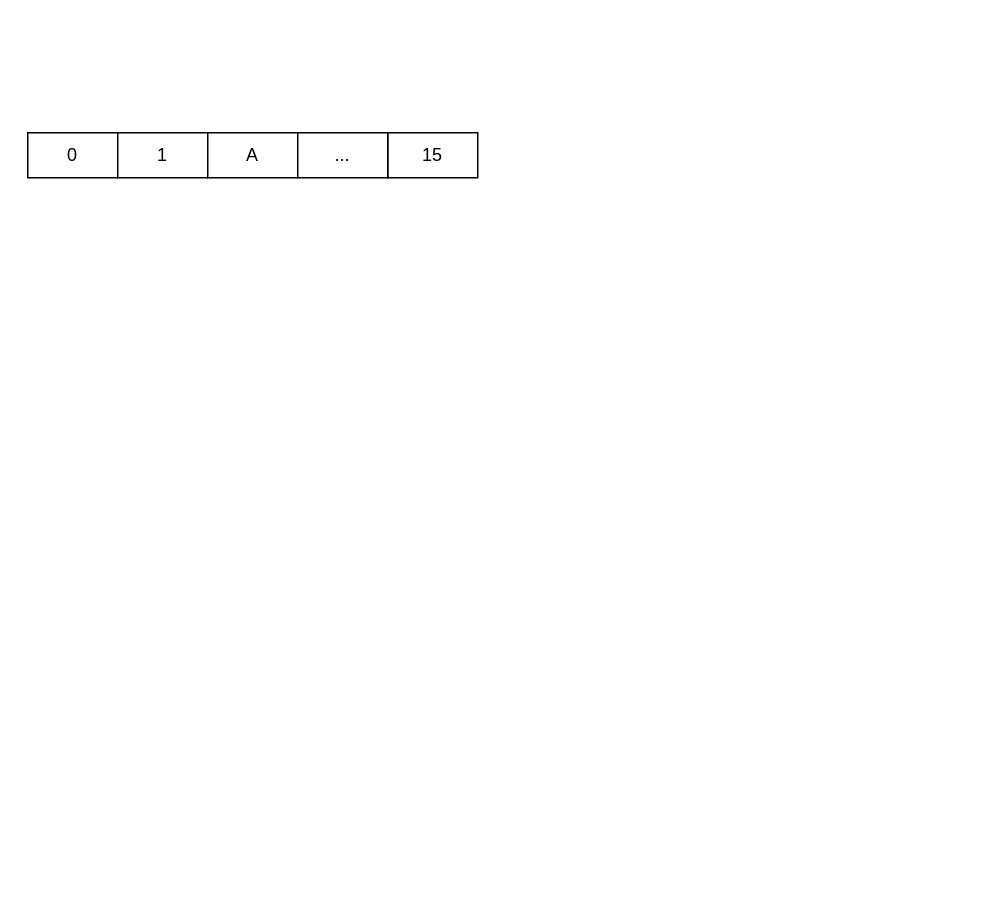
Earlier version of the draw.io diagram HashMap头插法导致并发扩容后的死链问题.drawio (lyflexi/draw.io-online). Source tidied: cells renumbered, new cells numbered last; positions are measured from the earlier drawing's top-left corner, leaving out a move shared by most shapes. Both pictures are drawn from the tidied source at 150%, with x=0, y=0 at pixel (27, 132).
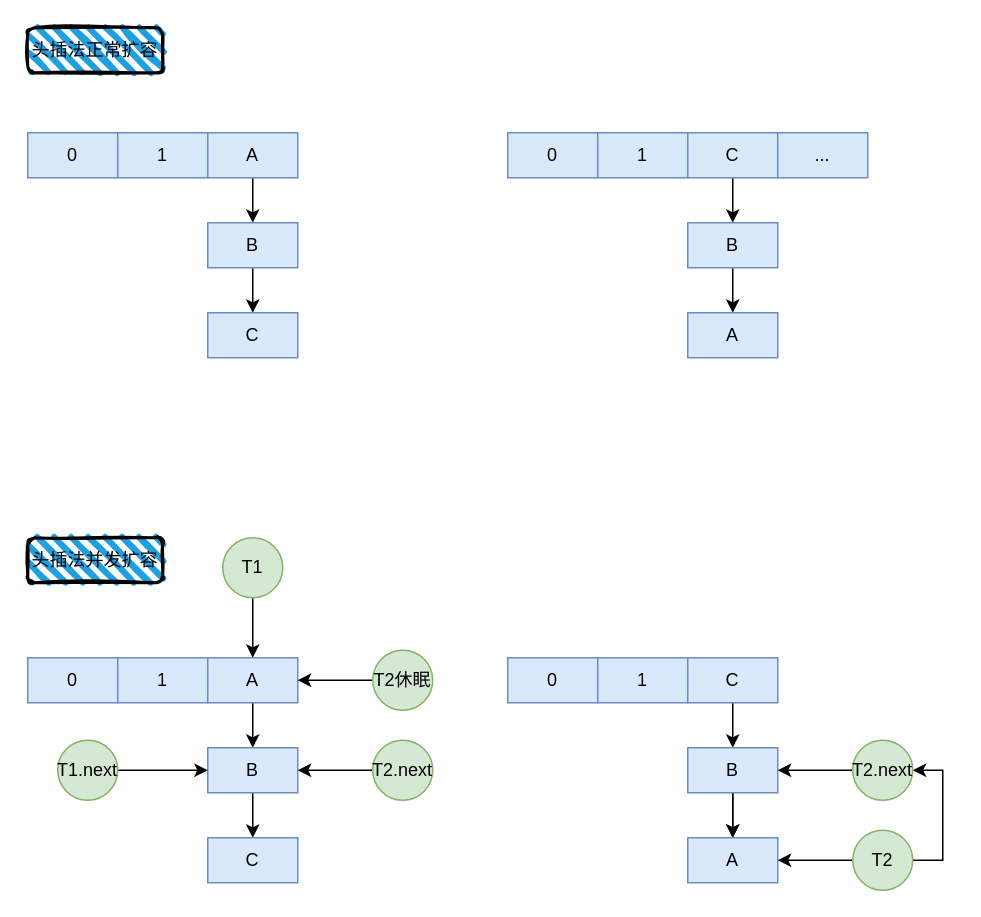
After the change.

Commit message (it also covers changes not shown here):
更新HashMap头插法导致并发扩容后的死链问题.drawio

The edit, as a diff of the source:
```diff
@@
-    <mxCell id="2" value="0" style="rounded=0;whiteSpace=wrap;html=1;" parent="1" vertex="1">
+    <mxCell id="2" value="0" style="rounded=0;whiteSpace=wrap;html=1;fillColor=#dae8fc;strokeColor=#6c8ebf;" parent="1" vertex="1">
       <mxGeometry width="60" height="30" as="geometry" />
     </mxCell>
-    <mxCell id="3" value="1" style="rounded=0;whiteSpace=wrap;html=1;" parent="1" vertex="1">
+    <mxCell id="3" value="1" style="rounded=0;whiteSpace=wrap;html=1;fillColor=#dae8fc;strokeColor=#6c8ebf;" parent="1" vertex="1">
       <mxGeometry x="60" width="60" height="30" as="geometry" />
     </mxCell>
+    <mxCell id="7" style="edgeStyle=orthogonalEdgeStyle;rounded=0;jettySize=auto;html=1;exitX=0.5;exitY=1;exitDx=0;exitDy=0;entryX=0.5;entryY=0;entryDx=0;entryDy=0;" parent="1" edge="1" source="4" target="9">
+      <mxGeometry relative="1" as="geometry" />
+    </mxCell>
-    <mxCell id="4" value="A" style="rounded=0;whiteSpace=wrap;html=1;" parent="1" vertex="1">
+    <mxCell id="4" value="A" style="rounded=0;whiteSpace=wrap;html=1;fillColor=#dae8fc;strokeColor=#6c8ebf;" parent="1" vertex="1">
       <mxGeometry x="120" width="60" height="30" as="geometry" />
     </mxCell>
-    <mxCell id="5" value="15" style="rounded=0;whiteSpace=wrap;html=1;" parent="1" vertex="1">
-      <mxGeometry x="240" width="60" height="30" as="geometry" />
-    </mxCell>
+    <mxCell id="8" style="edgeStyle=orthogonalEdgeStyle;rounded=0;jettySize=auto;html=1;exitX=0.5;exitY=1;exitDx=0;exitDy=0;entryX=0.5;entryY=0;entryDx=0;entryDy=0;" parent="1" edge="1" source="9" target="10">
+      <mxGeometry relative="1" as="geometry" />
+    </mxCell>
+    <mxCell id="9" value="B" style="rounded=0;whiteSpace=wrap;html=1;fillColor=#dae8fc;strokeColor=#6c8ebf;" parent="1" vertex="1">
+      <mxGeometry x="120" y="60" width="60" height="30" as="geometry" />
+    </mxCell>
+    <mxCell id="10" value="C" style="rounded=0;whiteSpace=wrap;html=1;fillColor=#dae8fc;strokeColor=#6c8ebf;" parent="1" vertex="1">
+      <mxGeometry x="120" y="120" width="60" height="30" as="geometry" />
+    </mxCell>
+    <mxCell id="11" value="0" style="rounded=0;whiteSpace=wrap;html=1;fillColor=#dae8fc;strokeColor=#6c8ebf;" parent="1" vertex="1">
+      <mxGeometry x="320" width="60" height="30" as="geometry" />
+    </mxCell>
+    <mxCell id="12" value="1" style="rounded=0;whiteSpace=wrap;html=1;fillColor=#dae8fc;strokeColor=#6c8ebf;" parent="1" vertex="1">
+      <mxGeometry x="380" width="60" height="30" as="geometry" />
+    </mxCell>
+    <mxCell id="13" style="edgeStyle=orthogonalEdgeStyle;rounded=0;jettySize=auto;html=1;exitX=0.5;exitY=1;exitDx=0;exitDy=0;entryX=0.5;entryY=0;entryDx=0;entryDy=0;" parent="1" edge="1" source="14" target="16">
+      <mxGeometry relative="1" as="geometry" />
+    </mxCell>
+    <mxCell id="14" value="C" style="rounded=0;whiteSpace=wrap;html=1;fillColor=#dae8fc;strokeColor=#6c8ebf;" parent="1" vertex="1">
+      <mxGeometry x="440" width="60" height="30" as="geometry" />
+    </mxCell>
-    <mxCell id="6" value="..." style="rounded=0;whiteSpace=wrap;html=1;" parent="1" vertex="1">
-      <mxGeometry x="180" width="60" height="30" as="geometry" />
+    <mxCell id="6" value="..." style="rounded=0;whiteSpace=wrap;html=1;fillColor=#dae8fc;strokeColor=#6c8ebf;" parent="1" vertex="1">
+      <mxGeometry x="500" width="60" height="30" as="geometry" />
     </mxCell>
+    <mxCell id="15" style="edgeStyle=orthogonalEdgeStyle;rounded=0;jettySize=auto;html=1;exitX=0.5;exitY=1;exitDx=0;exitDy=0;entryX=0.5;entryY=0;entryDx=0;entryDy=0;" parent="1" edge="1" source="16" target="17">
+      <mxGeometry relative="1" as="geometry" />
+    </mxCell>
+    <mxCell id="16" value="B" style="rounded=0;whiteSpace=wrap;html=1;fillColor=#dae8fc;strokeColor=#6c8ebf;" parent="1" vertex="1">
+      <mxGeometry x="440" y="60" width="60" height="30" as="geometry" />
+    </mxCell>
+    <mxCell id="17" value="A" style="rounded=0;whiteSpace=wrap;html=1;fillColor=#dae8fc;strokeColor=#6c8ebf;" parent="1" vertex="1">
+      <mxGeometry x="440" y="120" width="60" height="30" as="geometry" />
+    </mxCell>
+    <mxCell id="18" value="头插法正常扩容" style="rounded=1;whiteSpace=wrap;html=1;strokeWidth=2;fillWeight=4;hachureGap=8;hachureAngle=45;fillColor=#1ba1e2;sketch=1;" parent="1" vertex="1">
+      <mxGeometry y="-70" width="90" height="30" as="geometry" />
+    </mxCell>
+    <mxCell id="19" value="头插法并发扩容" style="rounded=1;whiteSpace=wrap;html=1;strokeWidth=2;fillWeight=4;hachureGap=8;hachureAngle=45;fillColor=#1ba1e2;sketch=1;" parent="1" vertex="1">
+      <mxGeometry y="270" width="90" height="30" as="geometry" />
+    </mxCell>
+    <mxCell id="20" value="0" style="rounded=0;whiteSpace=wrap;html=1;fillColor=#dae8fc;strokeColor=#6c8ebf;" parent="1" vertex="1">
+      <mxGeometry y="350" width="60" height="30" as="geometry" />
+    </mxCell>
+    <mxCell id="21" value="1" style="rounded=0;whiteSpace=wrap;html=1;fillColor=#dae8fc;strokeColor=#6c8ebf;" parent="1" vertex="1">
+      <mxGeometry x="60" y="350" width="60" height="30" as="geometry" />
+    </mxCell>
+    <mxCell id="22" style="edgeStyle=orthogonalEdgeStyle;rounded=0;jettySize=auto;html=1;exitX=0.5;exitY=1;exitDx=0;exitDy=0;entryX=0.5;entryY=0;entryDx=0;entryDy=0;" parent="1" edge="1" source="23" target="25">
+      <mxGeometry relative="1" as="geometry" />
+    </mxCell>
+    <mxCell id="23" value="A" style="rounded=0;whiteSpace=wrap;html=1;fillColor=#dae8fc;strokeColor=#6c8ebf;" parent="1" vertex="1">
+      <mxGeometry x="120" y="350" width="60" height="30" as="geometry" />
+    </mxCell>
+    <mxCell id="24" style="edgeStyle=orthogonalEdgeStyle;rounded=0;jettySize=auto;html=1;exitX=0.5;exitY=1;exitDx=0;exitDy=0;entryX=0.5;entryY=0;entryDx=0;entryDy=0;" parent="1" edge="1" source="25" target="26">
+      <mxGeometry relative="1" as="geometry" />
+    </mxCell>
+    <mxCell id="25" value="B" style="rounded=0;whiteSpace=wrap;html=1;fillColor=#dae8fc;strokeColor=#6c8ebf;" parent="1" vertex="1">
+      <mxGeometry x="120" y="410" width="60" height="30" as="geometry" />
+    </mxCell>
+    <mxCell id="26" value="C" style="rounded=0;whiteSpace=wrap;html=1;fillColor=#dae8fc;strokeColor=#6c8ebf;" parent="1" vertex="1">
+      <mxGeometry x="120" y="470" width="60" height="30" as="geometry" />
+    </mxCell>
+    <mxCell id="27" style="edgeStyle=orthogonalEdgeStyle;rounded=0;jettySize=auto;html=1;exitX=0;exitY=0.5;exitDx=0;exitDy=0;entryX=1;entryY=0.5;entryDx=0;entryDy=0;" parent="1" edge="1" source="28" target="23">
+      <mxGeometry relative="1" as="geometry" />
+    </mxCell>
+    <mxCell id="28" value="T2休眠" style="ellipse;whiteSpace=wrap;html=1;fillColor=#d5e8d4;strokeColor=#82b366;" parent="1" vertex="1">
+      <mxGeometry x="230" y="345" width="40" height="40" as="geometry" />
+    </mxCell>
+    <mxCell id="29" style="edgeStyle=orthogonalEdgeStyle;rounded=0;jettySize=auto;html=1;exitX=0.5;exitY=1;exitDx=0;exitDy=0;entryX=0.5;entryY=0;entryDx=0;entryDy=0;" parent="1" edge="1" source="30" target="23">
+      <mxGeometry relative="1" as="geometry" />
+    </mxCell>
+    <mxCell id="30" value="T1" style="ellipse;whiteSpace=wrap;html=1;fillColor=#d5e8d4;strokeColor=#82b366;" parent="1" vertex="1">
+      <mxGeometry x="130" y="270" width="40" height="40" as="geometry" />
+    </mxCell>
+    <mxCell id="31" style="edgeStyle=orthogonalEdgeStyle;rounded=0;jettySize=auto;html=1;exitX=1;exitY=0.5;exitDx=0;exitDy=0;entryX=0;entryY=0.5;entryDx=0;entryDy=0;" parent="1" edge="1" source="32" target="25">
+      <mxGeometry relative="1" as="geometry" />
+    </mxCell>
+    <mxCell id="32" value="T1.next" style="ellipse;whiteSpace=wrap;html=1;fillColor=#d5e8d4;strokeColor=#82b366;" parent="1" vertex="1">
+      <mxGeometry x="20" y="405" width="40" height="40" as="geometry" />
+    </mxCell>
+    <mxCell id="33" style="edgeStyle=orthogonalEdgeStyle;rounded=0;jettySize=auto;html=1;exitX=0;exitY=0.5;exitDx=0;exitDy=0;entryX=1;entryY=0.5;entryDx=0;entryDy=0;" parent="1" edge="1" source="34" target="25">
+      <mxGeometry relative="1" as="geometry" />
+    </mxCell>
+    <mxCell id="34" value="T2.next" style="ellipse;whiteSpace=wrap;html=1;fillColor=#d5e8d4;strokeColor=#82b366;" parent="1" vertex="1">
+      <mxGeometry x="230" y="405" width="40" height="40" as="geometry" />
+    </mxCell>
+    <mxCell id="35" value="0" style="rounded=0;whiteSpace=wrap;html=1;fillColor=#dae8fc;strokeColor=#6c8ebf;" parent="1" vertex="1">
+      <mxGeometry x="320" y="350" width="60" height="30" as="geometry" />
+    </mxCell>
+    <mxCell id="36" value="1" style="rounded=0;whiteSpace=wrap;html=1;fillColor=#dae8fc;strokeColor=#6c8ebf;" parent="1" vertex="1">
+      <mxGeometry x="380" y="350" width="60" height="30" as="geometry" />
+    </mxCell>
+    <mxCell id="37" style="edgeStyle=orthogonalEdgeStyle;rounded=0;jettySize=auto;html=1;exitX=0.5;exitY=1;exitDx=0;exitDy=0;entryX=0.5;entryY=0;entryDx=0;entryDy=0;" parent="1" edge="1" source="38" target="41">
+      <mxGeometry relative="1" as="geometry" />
+    </mxCell>
+    <mxCell id="38" value="C" style="rounded=0;whiteSpace=wrap;html=1;fillColor=#dae8fc;strokeColor=#6c8ebf;" parent="1" vertex="1">
+      <mxGeometry x="440" y="350" width="60" height="30" as="geometry" />
+    </mxCell>
+    <mxCell id="39" style="edgeStyle=orthogonalEdgeStyle;rounded=0;jettySize=auto;html=1;exitX=0.5;exitY=1;exitDx=0;exitDy=0;entryX=0.5;entryY=0;entryDx=0;entryDy=0;" parent="1" edge="1" source="41" target="42">
+      <mxGeometry relative="1" as="geometry" />
+    </mxCell>
+    <mxCell id="40" style="edgeStyle=orthogonalEdgeStyle;rounded=0;jettySize=auto;html=1;" parent="1" edge="1" source="41" target="42">
+      <mxGeometry relative="1" as="geometry" />
+    </mxCell>
+    <mxCell id="41" value="B" style="rounded=0;whiteSpace=wrap;html=1;fillColor=#dae8fc;strokeColor=#6c8ebf;" parent="1" vertex="1">
+      <mxGeometry x="440" y="410" width="60" height="30" as="geometry" />
+    </mxCell>
+    <mxCell id="42" value="A" style="rounded=0;whiteSpace=wrap;html=1;fillColor=#dae8fc;strokeColor=#6c8ebf;" parent="1" vertex="1">
+      <mxGeometry x="440" y="470" width="60" height="30" as="geometry" />
+    </mxCell>
+    <mxCell id="43" style="edgeStyle=orthogonalEdgeStyle;rounded=0;jettySize=auto;html=1;exitX=0;exitY=0.5;exitDx=0;exitDy=0;entryX=1;entryY=0.5;entryDx=0;entryDy=0;" parent="1" edge="1" source="45" target="42">
+      <mxGeometry relative="1" as="geometry" />
+    </mxCell>
+    <mxCell id="44" style="edgeStyle=orthogonalEdgeStyle;rounded=0;jettySize=auto;html=1;exitX=1;exitY=0.5;exitDx=0;exitDy=0;entryX=1;entryY=0.5;entryDx=0;entryDy=0;" parent="1" edge="1" source="45" target="47">
+      <mxGeometry relative="1" as="geometry" />
+    </mxCell>
+    <mxCell id="45" value="T2" style="ellipse;whiteSpace=wrap;html=1;fillColor=#d5e8d4;strokeColor=#82b366;" parent="1" vertex="1">
+      <mxGeometry x="550" y="465" width="40" height="40" as="geometry" />
+    </mxCell>
+    <mxCell id="46" style="edgeStyle=orthogonalEdgeStyle;rounded=0;jettySize=auto;html=1;exitX=0;exitY=0.5;exitDx=0;exitDy=0;entryX=1;entryY=0.5;entryDx=0;entryDy=0;" parent="1" edge="1" source="47" target="41">
+      <mxGeometry relative="1" as="geometry" />
+    </mxCell>
+    <mxCell id="47" value="T2.next" style="ellipse;whiteSpace=wrap;html=1;fillColor=#d5e8d4;strokeColor=#82b366;" parent="1" vertex="1">
+      <mxGeometry x="550" y="405" width="40" height="40" as="geometry" />
+    </mxCell>
```
